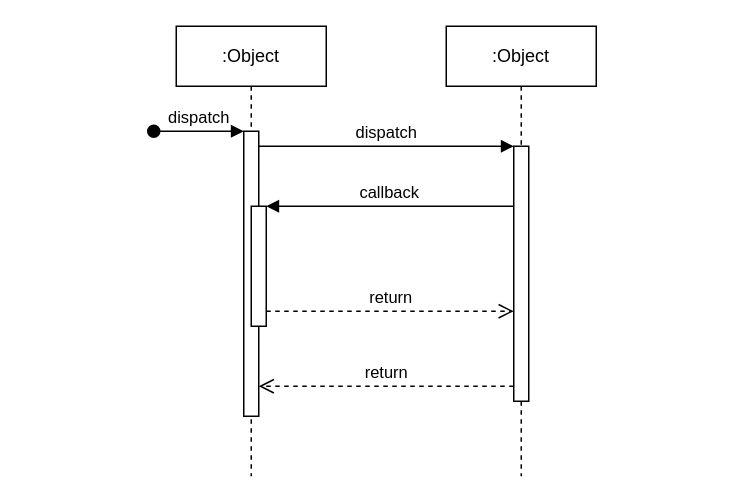
The draw.io diagram diagrammeséquence.drawio in Sxno66/MCP_C-, before the edit. Source tidied: cells renumbered, new cells numbered last; positions are measured from the earlier drawing's top-left corner, leaving out a move shared by most shapes. Both pictures are drawn from the tidied source at 150%, with x=0, y=0 at pixel (153, 26).
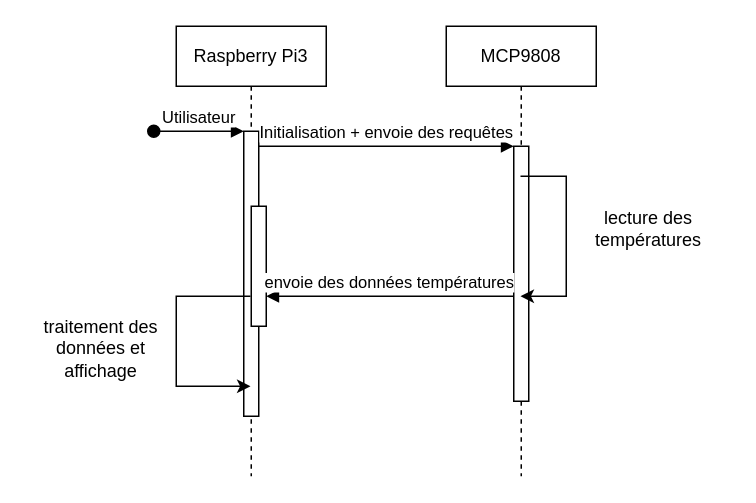
After the change.

Commit message:
diagramme de séquence

The change refers to these unchanged cells:
```xml
<mxCell id="3" style="html=1;points=[];perimeter=orthogonalPerimeter;outlineConnect=0;targetShapes=umlLifeline;portConstraint=eastwest;newEdgeStyle={&quot;edgeStyle&quot;:&quot;elbowEdgeStyle&quot;,&quot;elbow&quot;:&quot;vertical&quot;,&quot;curved&quot;:0,&quot;rounded&quot;:0};" parent="2" vertex="1">
  <mxGeometry x="45" y="70" width="10" height="190" as="geometry" />
</mxCell>
<mxCell id="5" style="html=1;points=[];perimeter=orthogonalPerimeter;outlineConnect=0;targetShapes=umlLifeline;portConstraint=eastwest;newEdgeStyle={&quot;edgeStyle&quot;:&quot;elbowEdgeStyle&quot;,&quot;elbow&quot;:&quot;vertical&quot;,&quot;curved&quot;:0,&quot;rounded&quot;:0};" parent="2" vertex="1">
  <mxGeometry x="50" y="120" width="10" height="80" as="geometry" />
</mxCell>
<mxCell id="7" style="html=1;points=[];perimeter=orthogonalPerimeter;outlineConnect=0;targetShapes=umlLifeline;portConstraint=eastwest;newEdgeStyle={&quot;edgeStyle&quot;:&quot;elbowEdgeStyle&quot;,&quot;elbow&quot;:&quot;vertical&quot;,&quot;curved&quot;:0,&quot;rounded&quot;:0};" parent="6" vertex="1">
  <mxGeometry x="45" y="80" width="10" height="170" as="geometry" />
</mxCell>
```

What changed in the source:
```diff
@@
-    <mxCell id="2" value=":Object" style="shape=umlLifeline;perimeter=lifelinePerimeter;whiteSpace=wrap;html=1;outlineConnect=0;portConstraint=eastwest;newEdgeStyle={&quot;edgeStyle&quot;:&quot;elbowEdgeStyle&quot;,&quot;elbow&quot;:&quot;vertical&quot;,&quot;curved&quot;:0,&quot;rounded&quot;:0};" parent="1" vertex="1">
+    <mxCell id="2" value="Raspberry Pi3" style="shape=umlLifeline;perimeter=lifelinePerimeter;whiteSpace=wrap;html=1;outlineConnect=0;portConstraint=eastwest;newEdgeStyle={&quot;edgeStyle&quot;:&quot;elbowEdgeStyle&quot;,&quot;elbow&quot;:&quot;vertical&quot;,&quot;curved&quot;:0,&quot;rounded&quot;:0};" parent="1" vertex="1">
       <mxGeometry x="15" width="100" height="300" as="geometry" />
     </mxCell>
@@
-    <mxCell id="4" value="dispatch" style="html=1;verticalAlign=bottom;startArrow=oval;endArrow=block;startSize=8;edgeStyle=elbowEdgeStyle;elbow=vertical;curved=0;rounded=0;" parent="2" edge="1" target="3">
+    <mxCell id="4" value="Utilisateur" style="html=1;verticalAlign=bottom;startArrow=oval;endArrow=block;startSize=8;edgeStyle=elbowEdgeStyle;elbow=vertical;curved=0;rounded=0;" parent="2" edge="1" target="3">
       <mxGeometry relative="1" as="geometry">
         <mxPoint x="-15" y="70" as="sourcePoint" />
       </mxGeometry>
     </mxCell>
@@
-    <mxCell id="6" value=":Object" style="shape=umlLifeline;perimeter=lifelinePerimeter;whiteSpace=wrap;html=1;outlineConnect=0;portConstraint=eastwest;newEdgeStyle={&quot;edgeStyle&quot;:&quot;elbowEdgeStyle&quot;,&quot;elbow&quot;:&quot;vertical&quot;,&quot;curved&quot;:0,&quot;rounded&quot;:0};" parent="1" vertex="1">
+    <mxCell id="6" value="MCP9808" style="shape=umlLifeline;perimeter=lifelinePerimeter;whiteSpace=wrap;html=1;outlineConnect=0;portConstraint=eastwest;newEdgeStyle={&quot;edgeStyle&quot;:&quot;elbowEdgeStyle&quot;,&quot;elbow&quot;:&quot;vertical&quot;,&quot;curved&quot;:0,&quot;rounded&quot;:0};" parent="1" vertex="1">
       <mxGeometry x="195" width="100" height="300" as="geometry" />
     </mxCell>
@@
-    <mxCell id="8" value="dispatch" style="html=1;verticalAlign=bottom;endArrow=block;edgeStyle=elbowEdgeStyle;elbow=vertical;curved=0;rounded=0;" parent="1" edge="1" source="3" target="7">
+    <mxCell id="8" value="Initialisation + envoie des requêtes" style="html=1;verticalAlign=bottom;endArrow=block;edgeStyle=elbowEdgeStyle;elbow=vertical;curved=0;rounded=0;" parent="1" edge="1" source="3" target="7">
       <mxGeometry relative="1" as="geometry">
         <Array as="points">
           <mxPoint x="155" y="80" />
         </Array>
       </mxGeometry>
     </mxCell>
-    <mxCell id="9" value="return" style="html=1;verticalAlign=bottom;endArrow=open;dashed=1;endSize=8;edgeStyle=elbowEdgeStyle;elbow=vertical;curved=0;rounded=0;" parent="1" edge="1" source="7" target="3">
-      <mxGeometry relative="1" as="geometry">
-        <Array as="points">
-          <mxPoint x="165" y="240" />
-        </Array>
-      </mxGeometry>
-    </mxCell>
-    <mxCell id="10" value="callback" style="html=1;verticalAlign=bottom;endArrow=block;edgeStyle=elbowEdgeStyle;elbow=vertical;curved=0;rounded=0;" parent="1" edge="1" source="7" target="5">
+    <mxCell id="10" value="envoie des données températures" style="html=1;verticalAlign=bottom;endArrow=block;edgeStyle=elbowEdgeStyle;elbow=vertical;curved=0;rounded=0;" parent="1" edge="1" source="7" target="5">
       <mxGeometry relative="1" as="geometry">
         <Array as="points">
+          <mxPoint x="185" y="180" />
           <mxPoint x="165" y="120" />
         </Array>
       </mxGeometry>
     </mxCell>
-    <mxCell id="11" value="return" style="html=1;verticalAlign=bottom;endArrow=open;dashed=1;endSize=8;edgeStyle=elbowEdgeStyle;elbow=vertical;curved=0;rounded=0;" parent="1" edge="1" source="5" target="7">
-      <mxGeometry relative="1" as="geometry">
-        <Array as="points">
-          <mxPoint x="155" y="190" />
-        </Array>
-      </mxGeometry>
-    </mxCell>
+    <mxCell id="12" style="endArrow=classic;html=1;rounded=0;" parent="1" edge="1" source="6" target="6">
+      <mxGeometry relative="1" as="geometry">
+        <Array as="points">
+          <mxPoint x="275" y="100" />
+          <mxPoint x="275" y="120" />
+          <mxPoint x="275" y="180" />
+        </Array>
+      </mxGeometry>
+    </mxCell>
+    <mxCell id="13" value="lecture des températures" style="text;html=1;align=center;verticalAlign=middle;whiteSpace=wrap;rounded=0;" parent="1" vertex="1">
+      <mxGeometry x="275" y="120" width="110" height="30" as="geometry" />
+    </mxCell>
+    <mxCell id="14" style="endArrow=classic;html=1;rounded=0;" parent="1" edge="1" source="2" target="2">
+      <mxGeometry relative="1" as="geometry">
+        <Array as="points">
+          <mxPoint x="15" y="180" />
+          <mxPoint x="15" y="240" />
+        </Array>
+      </mxGeometry>
+    </mxCell>
+    <mxCell id="15" value="traitement des données et affichage" style="text;html=1;align=center;verticalAlign=middle;whiteSpace=wrap;rounded=0;" parent="1" vertex="1">
+      <mxGeometry x="-85" y="200" width="100" height="30" as="geometry" />
+    </mxCell>
```
